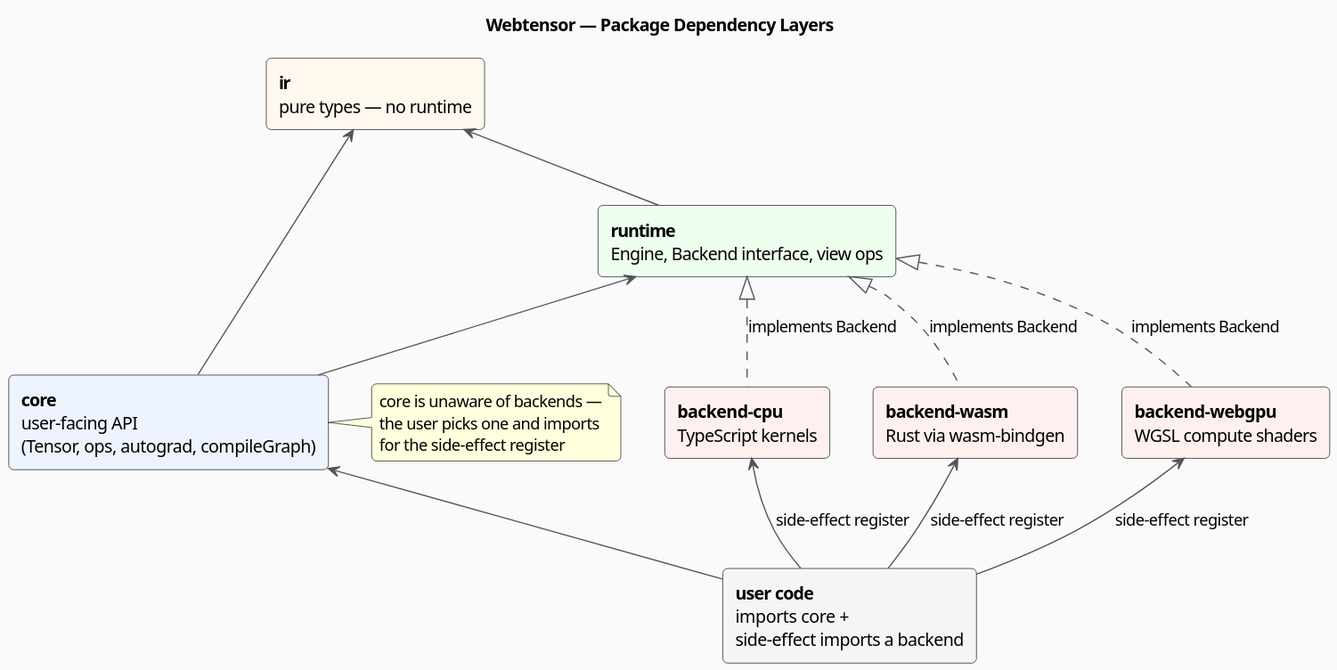
The PlantUML diagram docs/public/diagrams/package-dependencies.svg in hongjiaherng/webtensor, before a commit. Source of this version:
```plantuml
@startuml
title Webtensor — Package Dependency Layers

skinparam backgroundColor #FAFAFA
skinparam shadowing false
skinparam roundCorner 8
skinparam DefaultFontName "Segoe UI"
skinparam ArrowColor #555

rectangle "**ir**\npure types — no runtime" as ir #FFF8EE

rectangle "**runtime**\nEngine, Backend interface, view ops" as runtime #EEFFF0

rectangle "**core**\nuser-facing API\n(Tensor, ops, autograd, compileGraph)" as core #EEF4FF

rectangle "**backend-cpu**\nTypeScript kernels" as cpu #FFF0F0
rectangle "**backend-wasm**\nRust via wasm-bindgen" as wasm #FFF0F0
rectangle "**backend-webgpu**\nWGSL compute shaders" as webgpu #FFF0F0

rectangle "**user code**\nimports core +\nside-effect imports a backend" as user #F5F5F5

ir <-- runtime
ir <-- core
runtime <-- core
runtime <|.. cpu : implements Backend
runtime <|.. wasm : implements Backend
runtime <|.. webgpu : implements Backend

core <-- user
cpu <-- user : side-effect register
wasm <-- user : side-effect register
webgpu <-- user : side-effect register

note right of core
  core is unaware of backends —
  the user picks one and imports
  for the side-effect register
end note
@enduml
```
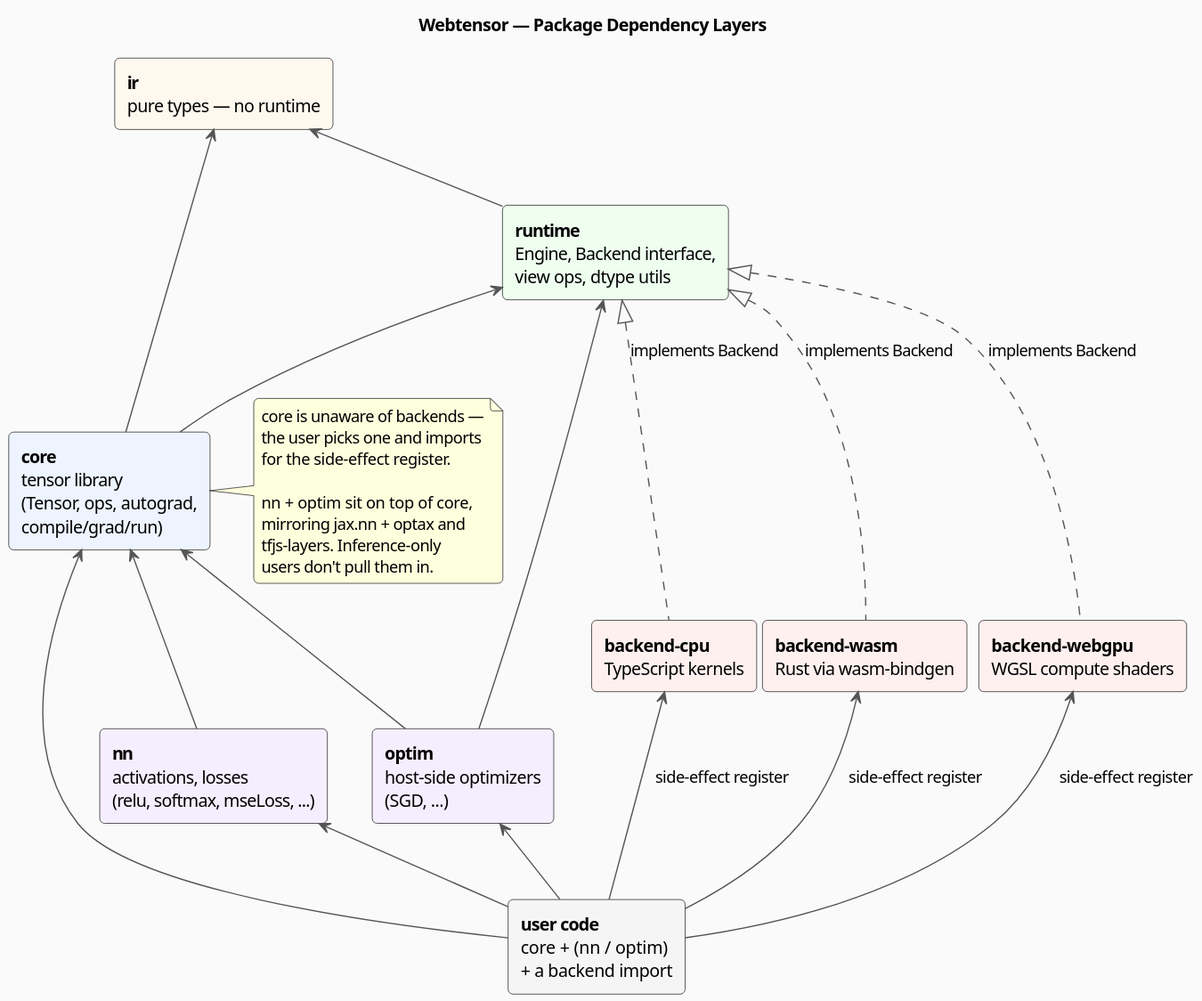
Later version of the same file.

Change to the diagram source:
```diff
@@ -9,15 +9,18 @@
 
 rectangle "**ir**\npure types — no runtime" as ir #FFF8EE
 
-rectangle "**runtime**\nEngine, Backend interface, view ops" as runtime #EEFFF0
+rectangle "**runtime**\nEngine, Backend interface,\nview ops, dtype utils" as runtime #EEFFF0
 
-rectangle "**core**\nuser-facing API\n(Tensor, ops, autograd, compileGraph)" as core #EEF4FF
+rectangle "**core**\ntensor library\n(Tensor, ops, autograd,\ncompile/grad/run)" as core #EEF4FF
+
+rectangle "**nn**\nactivations, losses\n(relu, softmax, mseLoss, ...)" as nn #F5EEFF
+rectangle "**optim**\nhost-side optimizers\n(SGD, ...)" as optim #F5EEFF
 
 rectangle "**backend-cpu**\nTypeScript kernels" as cpu #FFF0F0
 rectangle "**backend-wasm**\nRust via wasm-bindgen" as wasm #FFF0F0
 rectangle "**backend-webgpu**\nWGSL compute shaders" as webgpu #FFF0F0
 
-rectangle "**user code**\nimports core +\nside-effect imports a backend" as user #F5F5F5
+rectangle "**user code**\ncore + (nn / optim)\n+ a backend import" as user #F5F5F5
 
 ir <-- runtime
 ir <-- core
@@ -26,7 +29,13 @@
 runtime <|.. wasm : implements Backend
 runtime <|.. webgpu : implements Backend
 
+core <-- nn
+core <-- optim
+runtime <-- optim
+
 core <-- user
+nn <-- user
+optim <-- user
 cpu <-- user : side-effect register
 wasm <-- user : side-effect register
 webgpu <-- user : side-effect register
@@ -34,6 +43,11 @@
 note right of core
   core is unaware of backends —
   the user picks one and imports
-  for the side-effect register
+  for the side-effect register.
+
+  nn + optim sit on top of core,
+  mirroring jax.nn + optax and
+  tfjs-layers. Inference-only
+  users don't pull them in.
 end note
 @enduml
```
